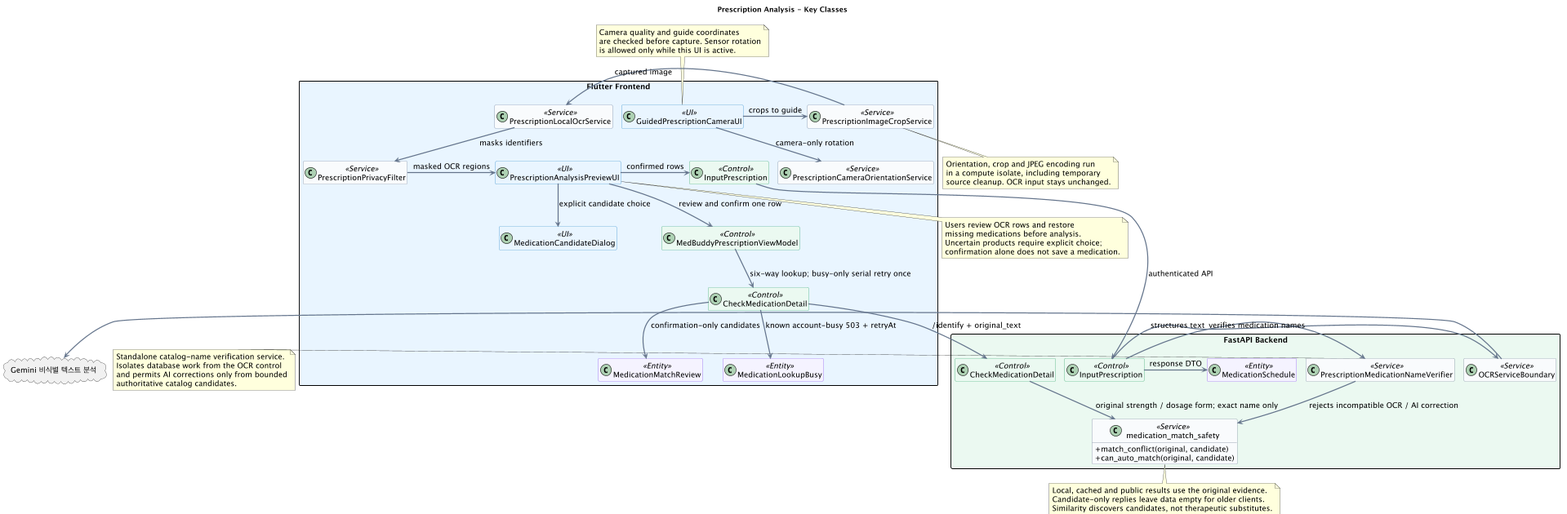
This is docs/UML/class/02_PrescriptionAnalysis.png from 1window2/MedBuddy, a PlantUML export, as it was before one commit.
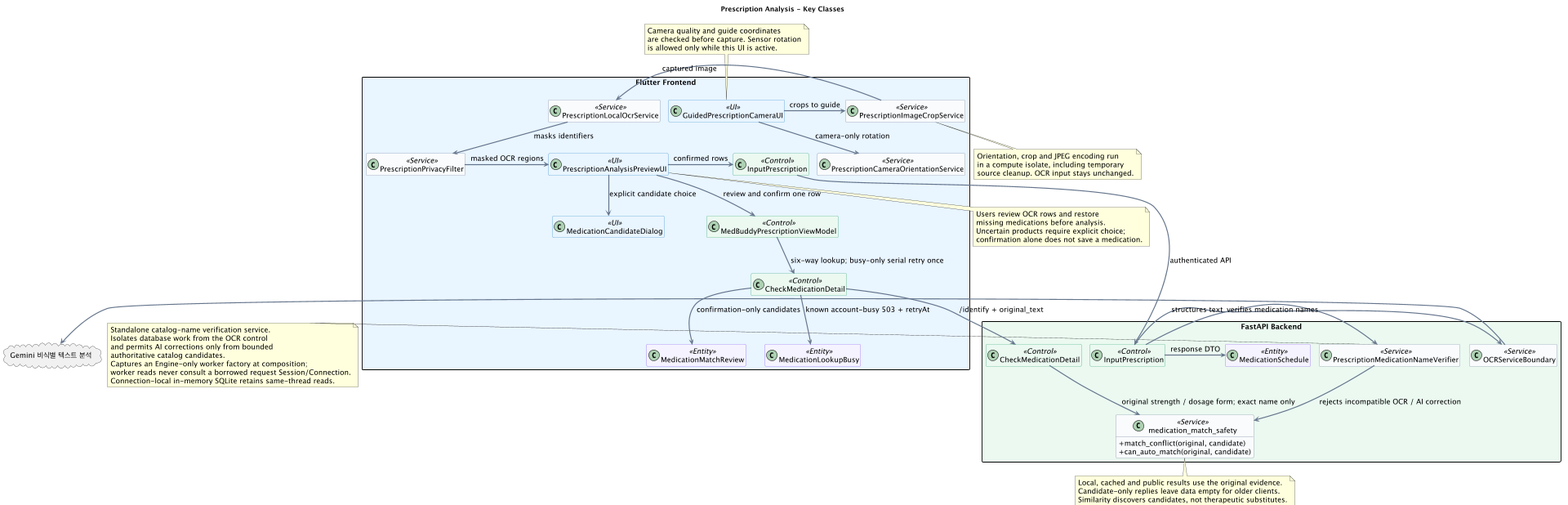
The same file after the commit.

Diff of the diagram source:
```diff
@@ -1,5 +1,4 @@
 @startuml
-!pragma layout smetana
 allowmixing
 scale max 1920 width
 top to bottom direction
@@ -83,6 +82,9 @@
   Isolates database work from the OCR control
   and permits AI corrections only from bounded
   authoritative catalog candidates.
+  Captures an Engine-only worker factory at composition;
+  worker reads never consult a borrowed request Session/Connection.
+  Connection-local in-memory SQLite retains same-thread reads.
 end note
 
 note bottom of PrescriptionAnalysisPreviewUI
```
